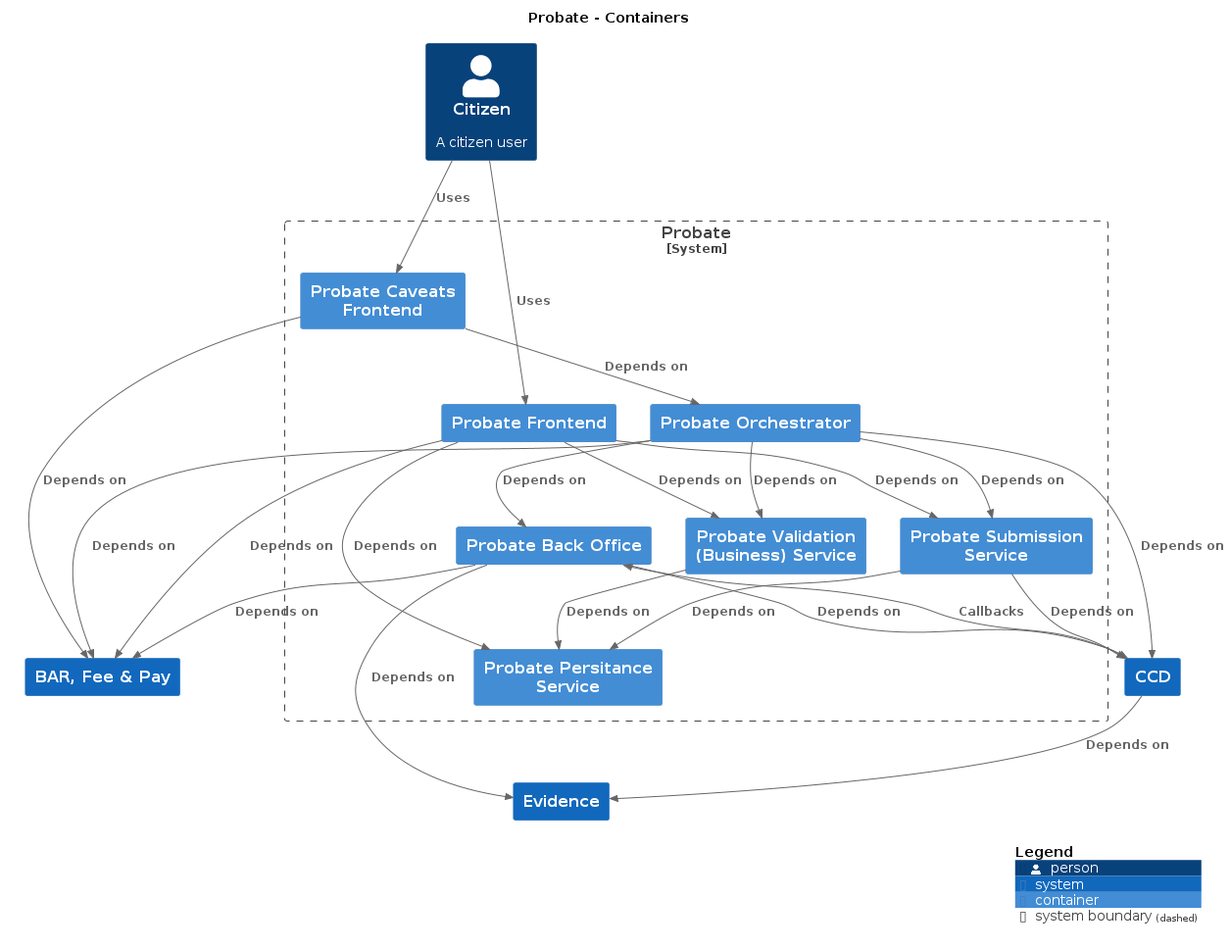
Above: docs/c4/probate/images/structurizr-probate-citizen.png in hmcts/cnp-api-docs (PlantUML), before the change. Its diagram source:
```plantuml
@startuml
set separator none
title Probate - Containers

top to bottom direction

!include <C4/C4>
!include <C4/C4_Context>
!include <C4/C4_Container>

System(CCD, "CCD", $descr="", $tags="", $link="")
System(BARFeePay, "BAR, Fee & Pay", $descr="", $tags="", $link="")
System(Evidence, "Evidence", $descr="", $tags="", $link="")
Person(Citizen, "Citizen", $descr="A citizen user", $tags="", $link="")

System_Boundary("Probate_boundary", "Probate", $tags="") {
  Container(Probate.ProbatePersitanceService, "Probate Persitance Service", $techn="", $descr="", $tags="", $link="")
  Container(Probate.ProbateSubmissionService, "Probate Submission Service", $techn="", $descr="", $tags="", $link="")
  Container(Probate.ProbateFrontend, "Probate Frontend", $techn="", $descr="", $tags="", $link="")
  Container(Probate.ProbateCaveatsFrontend, "Probate Caveats Frontend", $techn="", $descr="", $tags="", $link="")
  Container(Probate.ProbateOrchestrator, "Probate Orchestrator", $techn="", $descr="", $tags="", $link="")
  Container(Probate.ProbateBackOffice, "Probate Back Office", $techn="", $descr="", $tags="", $link="")
  Container(Probate.ProbateValidationBusinessService, "Probate Validation (Business) Service", $techn="", $descr="", $tags="", $link="")
}

Rel_D(CCD, Evidence, "Depends on", $techn="", $tags="", $link="")
Rel_D(Probate.ProbateSubmissionService, CCD, "Depends on", $techn="", $tags="", $link="")
Rel_D(Probate.ProbateSubmissionService, Probate.ProbatePersitanceService, "Depends on", $techn="", $tags="", $link="")
Rel_D(Probate.ProbateFrontend, BARFeePay, "Depends on", $techn="", $tags="", $link="")
Rel_D(Probate.ProbateFrontend, Probate.ProbateValidationBusinessService, "Depends on", $techn="", $tags="", $link="")
Rel_D(Probate.ProbateFrontend, Probate.ProbatePersitanceService, "Depends on", $techn="", $tags="", $link="")
Rel_D(Probate.ProbateFrontend, Probate.ProbateSubmissionService, "Depends on", $techn="", $tags="", $link="")
Rel_D(Probate.ProbateCaveatsFrontend, BARFeePay, "Depends on", $techn="", $tags="", $link="")
Rel_D(Probate.ProbateCaveatsFrontend, Probate.ProbateOrchestrator, "Depends on", $techn="", $tags="", $link="")
Rel_D(Probate.ProbateOrchestrator, Probate.ProbateSubmissionService, "Depends on", $techn="", $tags="", $link="")
Rel_D(Probate.ProbateOrchestrator, Probate.ProbateValidationBusinessService, "Depends on", $techn="", $tags="", $link="")
Rel_D(Probate.ProbateOrchestrator, Probate.ProbateBackOffice, "Depends on", $techn="", $tags="", $link="")
Rel_D(Probate.ProbateOrchestrator, BARFeePay, "Depends on", $techn="", $tags="", $link="")
Rel_D(Probate.ProbateOrchestrator, CCD, "Depends on", $techn="", $tags="", $link="")
Rel_D(Probate.ProbateBackOffice, CCD, "Depends on", $techn="", $tags="", $link="")
Rel_D(Probate.ProbateBackOffice, BARFeePay, "Depends on", $techn="", $tags="", $link="")
Rel_D(Probate.ProbateBackOffice, Evidence, "Depends on", $techn="", $tags="", $link="")
Rel_D(Probate.ProbateValidationBusinessService, Probate.ProbatePersitanceService, "Depends on", $techn="", $tags="", $link="")
Rel_D(Citizen, Probate.ProbateFrontend, "Uses", $techn="", $tags="", $link="")
Rel_D(Citizen, Probate.ProbateCaveatsFrontend, "Uses", $techn="", $tags="", $link="")
Rel_D(CCD, Probate.ProbateBackOffice, "Callbacks", $techn="", $tags="", $link="")

SHOW_DYNAMIC_LEGEND()
@enduml
```
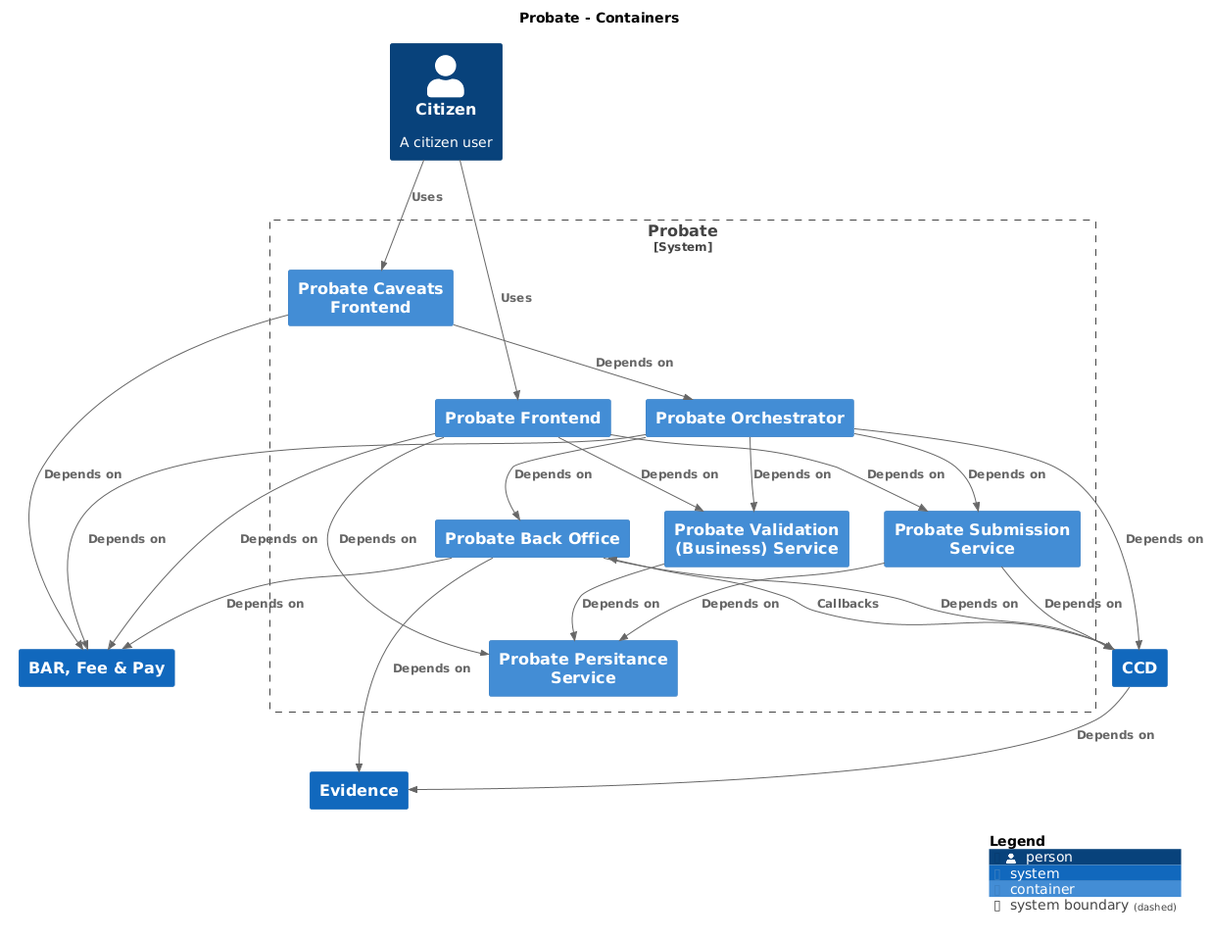
After the change.

Diff of the diagram source:
```diff
@@ -8,8 +8,8 @@
 !include <C4/C4_Context>
 !include <C4/C4_Container>
 
+System(BARFeePay, "BAR, Fee & Pay", $descr="", $tags="", $link="")
 System(CCD, "CCD", $descr="", $tags="", $link="")
-System(BARFeePay, "BAR, Fee & Pay", $descr="", $tags="", $link="")
 System(Evidence, "Evidence", $descr="", $tags="", $link="")
 Person(Citizen, "Citizen", $descr="A citizen user", $tags="", $link="")
 
@@ -23,27 +23,27 @@
   Container(Probate.ProbateValidationBusinessService, "Probate Validation (Business) Service", $techn="", $descr="", $tags="", $link="")
 }
 
-Rel_D(CCD, Evidence, "Depends on", $techn="", $tags="", $link="")
-Rel_D(Probate.ProbateSubmissionService, CCD, "Depends on", $techn="", $tags="", $link="")
-Rel_D(Probate.ProbateSubmissionService, Probate.ProbatePersitanceService, "Depends on", $techn="", $tags="", $link="")
-Rel_D(Probate.ProbateFrontend, BARFeePay, "Depends on", $techn="", $tags="", $link="")
-Rel_D(Probate.ProbateFrontend, Probate.ProbateValidationBusinessService, "Depends on", $techn="", $tags="", $link="")
-Rel_D(Probate.ProbateFrontend, Probate.ProbatePersitanceService, "Depends on", $techn="", $tags="", $link="")
-Rel_D(Probate.ProbateFrontend, Probate.ProbateSubmissionService, "Depends on", $techn="", $tags="", $link="")
-Rel_D(Probate.ProbateCaveatsFrontend, BARFeePay, "Depends on", $techn="", $tags="", $link="")
-Rel_D(Probate.ProbateCaveatsFrontend, Probate.ProbateOrchestrator, "Depends on", $techn="", $tags="", $link="")
-Rel_D(Probate.ProbateOrchestrator, Probate.ProbateSubmissionService, "Depends on", $techn="", $tags="", $link="")
-Rel_D(Probate.ProbateOrchestrator, Probate.ProbateValidationBusinessService, "Depends on", $techn="", $tags="", $link="")
-Rel_D(Probate.ProbateOrchestrator, Probate.ProbateBackOffice, "Depends on", $techn="", $tags="", $link="")
-Rel_D(Probate.ProbateOrchestrator, BARFeePay, "Depends on", $techn="", $tags="", $link="")
-Rel_D(Probate.ProbateOrchestrator, CCD, "Depends on", $techn="", $tags="", $link="")
-Rel_D(Probate.ProbateBackOffice, CCD, "Depends on", $techn="", $tags="", $link="")
-Rel_D(Probate.ProbateBackOffice, BARFeePay, "Depends on", $techn="", $tags="", $link="")
-Rel_D(Probate.ProbateBackOffice, Evidence, "Depends on", $techn="", $tags="", $link="")
-Rel_D(Probate.ProbateValidationBusinessService, Probate.ProbatePersitanceService, "Depends on", $techn="", $tags="", $link="")
-Rel_D(Citizen, Probate.ProbateFrontend, "Uses", $techn="", $tags="", $link="")
-Rel_D(Citizen, Probate.ProbateCaveatsFrontend, "Uses", $techn="", $tags="", $link="")
-Rel_D(CCD, Probate.ProbateBackOffice, "Callbacks", $techn="", $tags="", $link="")
+Rel(CCD, Evidence, "Depends on", $techn="", $tags="", $link="")
+Rel(Probate.ProbateSubmissionService, CCD, "Depends on", $techn="", $tags="", $link="")
+Rel(Probate.ProbateSubmissionService, Probate.ProbatePersitanceService, "Depends on", $techn="", $tags="", $link="")
+Rel(Probate.ProbateFrontend, BARFeePay, "Depends on", $techn="", $tags="", $link="")
+Rel(Probate.ProbateFrontend, Probate.ProbateValidationBusinessService, "Depends on", $techn="", $tags="", $link="")
+Rel(Probate.ProbateFrontend, Probate.ProbatePersitanceService, "Depends on", $techn="", $tags="", $link="")
+Rel(Probate.ProbateFrontend, Probate.ProbateSubmissionService, "Depends on", $techn="", $tags="", $link="")
+Rel(Probate.ProbateCaveatsFrontend, BARFeePay, "Depends on", $techn="", $tags="", $link="")
+Rel(Probate.ProbateCaveatsFrontend, Probate.ProbateOrchestrator, "Depends on", $techn="", $tags="", $link="")
+Rel(Probate.ProbateOrchestrator, Probate.ProbateSubmissionService, "Depends on", $techn="", $tags="", $link="")
+Rel(Probate.ProbateOrchestrator, Probate.ProbateValidationBusinessService, "Depends on", $techn="", $tags="", $link="")
+Rel(Probate.ProbateOrchestrator, Probate.ProbateBackOffice, "Depends on", $techn="", $tags="", $link="")
+Rel(Probate.ProbateOrchestrator, BARFeePay, "Depends on", $techn="", $tags="", $link="")
+Rel(Probate.ProbateOrchestrator, CCD, "Depends on", $techn="", $tags="", $link="")
+Rel(Probate.ProbateBackOffice, CCD, "Depends on", $techn="", $tags="", $link="")
+Rel(Probate.ProbateBackOffice, BARFeePay, "Depends on", $techn="", $tags="", $link="")
+Rel(Probate.ProbateBackOffice, Evidence, "Depends on", $techn="", $tags="", $link="")
+Rel(Probate.ProbateValidationBusinessService, Probate.ProbatePersitanceService, "Depends on", $techn="", $tags="", $link="")
+Rel(Citizen, Probate.ProbateFrontend, "Uses", $techn="", $tags="", $link="")
+Rel(Citizen, Probate.ProbateCaveatsFrontend, "Uses", $techn="", $tags="", $link="")
+Rel(CCD, Probate.ProbateBackOffice, "Callbacks", $techn="", $tags="", $link="")
 
 SHOW_DYNAMIC_LEGEND()
 @enduml
```
